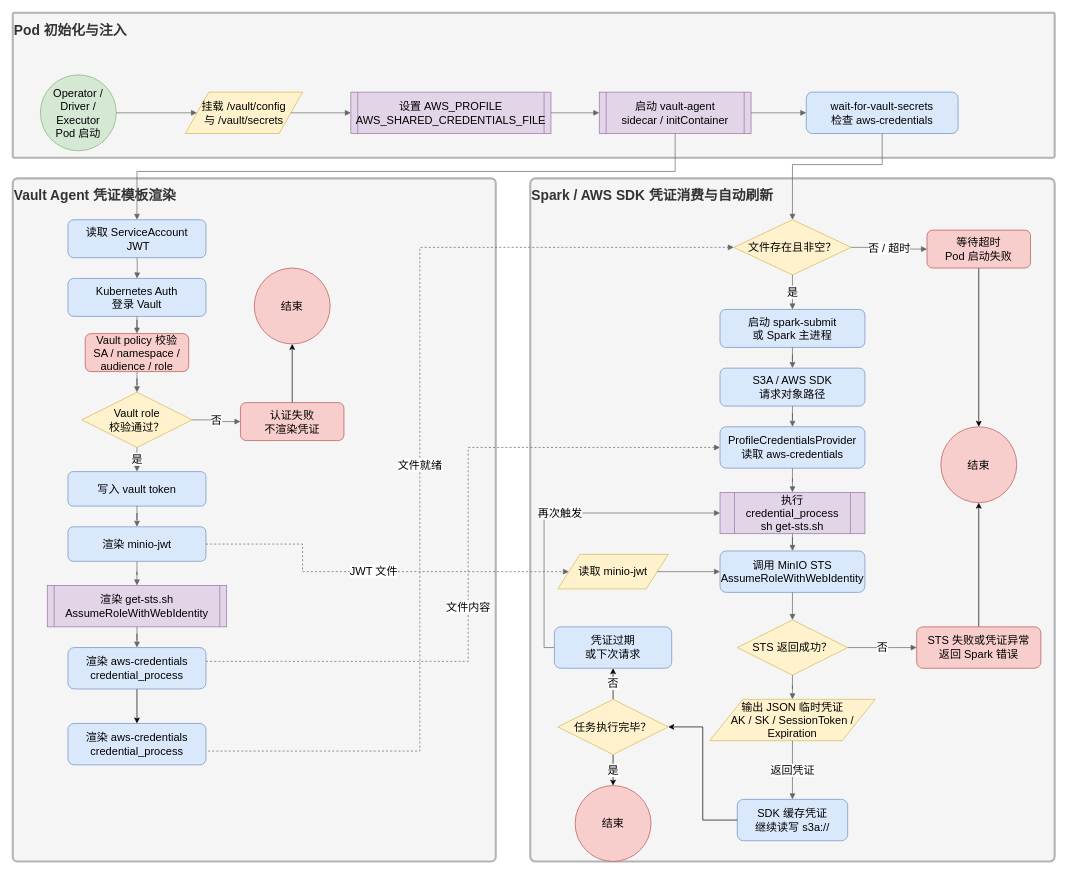
This is frontend/算法2.drawio from ApolloMeridian/miniprogram, a draw.io file, before an edit. Source tidied: cells renumbered, new cells numbered last; positions are measured from the earlier drawing's top-left corner, leaving out a move shared by most shapes. Both pictures are drawn from the tidied source at 69%, with x=0, y=0 at pixel (12, 12).
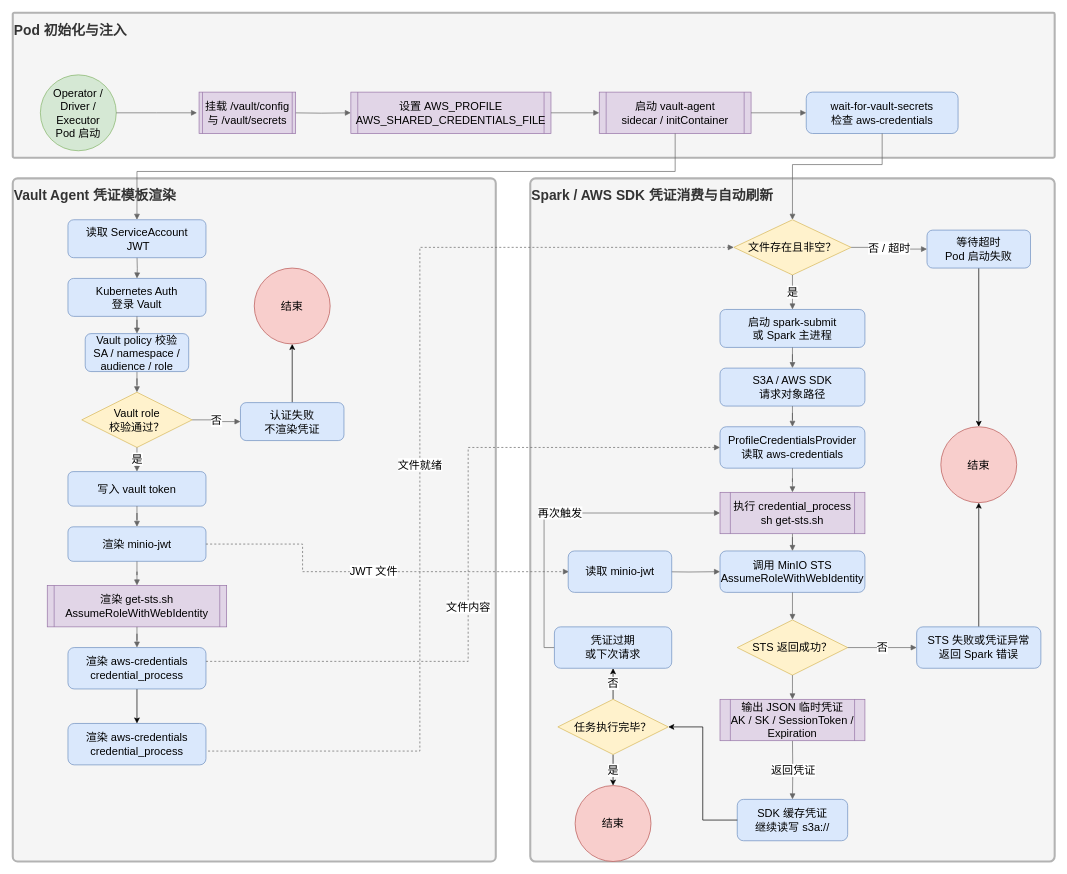
After the change.

Unchanged cells that the change refers to:
```xml
<mxCell id="5" value="Operator / Driver / Executor&#10;Pod 启动" style="ellipse;whiteSpace=wrap;html=1;fillColor=#d5e8d4;strokeColor=#82b366;fontSize=16;" parent="1" vertex="1">
  <mxGeometry x="40" y="90" width="110" height="110" as="geometry" />
</mxCell>
<mxCell id="7" value="设置 AWS_PROFILE&#10;AWS_SHARED_CREDENTIALS_FILE" style="shape=process;whiteSpace=wrap;html=1;fillColor=#e1d5e7;strokeColor=#9673a6;fontSize=16;size=0.03448275862069122;" parent="1" vertex="1">
  <mxGeometry x="490" y="115" width="290" height="60" as="geometry" />
</mxCell>
<mxCell id="15" value="渲染 minio-jwt" style="rounded=1;whiteSpace=wrap;html=1;fillColor=#dae8fc;strokeColor=#6c8ebf;fontSize=16;" parent="1" vertex="1">
  <mxGeometry x="80" y="745" width="200" height="50" as="geometry" />
</mxCell>
<mxCell id="27" value="调用 MinIO STS&#10;AssumeRoleWithWebIdentity" style="rounded=1;whiteSpace=wrap;html=1;fillColor=#dae8fc;strokeColor=#6c8ebf;fontSize=16;" parent="1" vertex="1">
  <mxGeometry x="1025" y="780" width="210" height="60" as="geometry" />
</mxCell>
<mxCell id="28" value="STS 返回成功？" style="rhombus;whiteSpace=wrap;html=1;fillColor=#fff2cc;strokeColor=#d6b656;fontSize=16;" parent="1" vertex="1">
  <mxGeometry x="1050" y="880" width="160" height="80" as="geometry" />
</mxCell>
<mxCell id="66" value="SDK 缓存凭证&lt;br&gt;继续读写 s3a://" style="rounded=1;whiteSpace=wrap;html=1;fillColor=#dae8fc;strokeColor=#6c8ebf;fontSize=16;" parent="1" vertex="1">
  <mxGeometry x="1050" y="1140" width="160" height="60" as="geometry" />
</mxCell>
```

Diff of the diagram source:
```diff
@@
-    <mxCell id="6" value="挂载 /vault/config&#10;与 /vault/secrets" style="shape=parallelogram;perimeter=parallelogramPerimeter;whiteSpace=wrap;html=1;fillColor=#fff2cc;strokeColor=#d6b656;fontSize=16;" parent="1" vertex="1">
-      <mxGeometry x="250" y="115" width="170" height="60" as="geometry" />
-    </mxCell>
@@
-    <mxCell id="13" value="认证失败&#10;不渲染凭证" style="rounded=1;whiteSpace=wrap;html=1;fillColor=#f8cecc;strokeColor=#b85450;fontSize=16;" parent="1" vertex="1">
+    <mxCell id="13" value="认证失败&#10;不渲染凭证" style="rounded=1;whiteSpace=wrap;html=1;fillColor=#dae8fc;strokeColor=#6c8ebf;fontSize=16;" parent="1" vertex="1">
       <mxGeometry x="330" y="565" width="150" height="55" as="geometry" />
     </mxCell>
@@
-    <mxCell id="21" value="等待超时&#10;Pod 启动失败" style="rounded=1;whiteSpace=wrap;html=1;fillColor=#f8cecc;strokeColor=#b85450;fontSize=16;" parent="1" vertex="1">
+    <mxCell id="21" value="等待超时&#10;Pod 启动失败" style="rounded=1;whiteSpace=wrap;html=1;fillColor=#dae8fc;strokeColor=#6c8ebf;fontSize=16;" parent="1" vertex="1">
       <mxGeometry x="1325" y="315" width="150" height="55" as="geometry" />
     </mxCell>
@@
-    <mxCell id="25" value="执行 credential_process&#10;sh get-sts.sh" style="shape=process;whiteSpace=wrap;html=1;fillColor=#e1d5e7;strokeColor=#9673a6;fontSize=16;" parent="1" vertex="1">
+    <mxCell id="25" value="执行 credential_process&#10;sh get-sts.sh" style="shape=process;whiteSpace=wrap;html=1;fillColor=#e1d5e7;strokeColor=#9673a6;fontSize=16;size=0.07142857142857359;" parent="1" vertex="1">
       <mxGeometry x="1025" y="695" width="210" height="60" as="geometry" />
     </mxCell>
-    <mxCell id="26" value="读取 minio-jwt" style="shape=parallelogram;perimeter=parallelogramPerimeter;whiteSpace=wrap;html=1;fillColor=#fff2cc;strokeColor=#d6b656;fontSize=16;" parent="1" vertex="1">
-      <mxGeometry x="790" y="785" width="160" height="50" as="geometry" />
-    </mxCell>
@@
-    <mxCell id="30" value="STS 失败或凭证异常&#10;返回 Spark 错误" style="rounded=1;whiteSpace=wrap;html=1;fillColor=#f8cecc;strokeColor=#b85450;fontSize=16;" parent="1" vertex="1">
+    <mxCell id="30" value="STS 失败或凭证异常&#10;返回 Spark 错误" style="rounded=1;whiteSpace=wrap;html=1;fillColor=#dae8fc;strokeColor=#6c8ebf;fontSize=16;" parent="1" vertex="1">
       <mxGeometry x="1310" y="890" width="180" height="60" as="geometry" />
     </mxCell>
-    <mxCell id="31" value="输出 JSON 临时凭证&#10;AK / SK / SessionToken / Expiration" style="shape=parallelogram;perimeter=parallelogramPerimeter;whiteSpace=wrap;html=1;fillColor=#fff2cc;strokeColor=#d6b656;fontSize=16;" parent="1" vertex="1">
-      <mxGeometry x="1010" y="995" width="240" height="60" as="geometry" />
-    </mxCell>
-    <mxCell id="32" style="edgeStyle=orthogonalEdgeStyle;rounded=0;jettySize=auto;html=1;endArrow=block;endFill=1;strokeColor=#666666;fontSize=16;" parent="1" edge="1" source="5" target="6">
-      <mxGeometry relative="1" as="geometry" />
+    <mxCell id="32" style="edgeStyle=orthogonalEdgeStyle;rounded=0;jettySize=auto;html=1;endArrow=block;endFill=1;strokeColor=#666666;fontSize=16;" parent="1" edge="1" source="5">
+      <mxGeometry relative="1" as="geometry">
+        <mxPoint x="267" y="145" as="targetPoint" />
+      </mxGeometry>
     </mxCell>
-    <mxCell id="33" style="edgeStyle=orthogonalEdgeStyle;rounded=0;jettySize=auto;html=1;endArrow=block;endFill=1;strokeColor=#666666;fontSize=16;" parent="1" edge="1" source="6" target="7">
-      <mxGeometry relative="1" as="geometry" />
+    <mxCell id="33" style="edgeStyle=orthogonalEdgeStyle;rounded=0;jettySize=auto;html=1;endArrow=block;endFill=1;strokeColor=#666666;fontSize=16;" parent="1" edge="1" target="7">
+      <mxGeometry relative="1" as="geometry">
+        <mxPoint x="403" y="145" as="sourcePoint" />
+      </mxGeometry>
     </mxCell>
@@
-    <mxCell id="47" value="JWT 文件" style="edgeStyle=orthogonalEdgeStyle;rounded=0;jettySize=auto;html=1;endArrow=block;endFill=1;strokeColor=#666666;dashed=1;fontSize=16;" parent="1" edge="1" source="15" target="26">
+    <mxCell id="47" value="JWT 文件" style="edgeStyle=orthogonalEdgeStyle;rounded=0;jettySize=auto;html=1;endArrow=block;endFill=1;strokeColor=#666666;dashed=1;fontSize=16;" parent="1" edge="1" source="15">
       <mxGeometry relative="1" as="geometry">
+        <mxPoint x="806" y="810" as="targetPoint" />
         <Array as="points">
           <mxPoint x="420" y="770" />
           <mxPoint x="420" y="810" />
         </Array>
       </mxGeometry>
     </mxCell>
@@
-    <mxCell id="55" style="edgeStyle=orthogonalEdgeStyle;rounded=0;jettySize=auto;html=1;endArrow=block;endFill=1;strokeColor=#666666;fontSize=16;" parent="1" edge="1" source="28" target="31">
-      <mxGeometry relative="1" as="geometry" />
+    <mxCell id="55" style="edgeStyle=orthogonalEdgeStyle;rounded=0;jettySize=auto;html=1;endArrow=block;endFill=1;strokeColor=#666666;fontSize=16;" parent="1" edge="1" source="28">
+      <mxGeometry relative="1" as="geometry">
+        <mxPoint x="1130" y="995" as="targetPoint" />
+      </mxGeometry>
     </mxCell>
-    <mxCell id="56" style="edgeStyle=orthogonalEdgeStyle;rounded=0;jettySize=auto;html=1;endArrow=block;endFill=1;strokeColor=#666666;fontSize=16;" parent="1" edge="1" source="26" target="27">
-      <mxGeometry relative="1" as="geometry" />
+    <mxCell id="56" style="edgeStyle=orthogonalEdgeStyle;rounded=0;jettySize=auto;html=1;endArrow=block;endFill=1;strokeColor=#666666;fontSize=16;" parent="1" edge="1" target="27">
+      <mxGeometry relative="1" as="geometry">
+        <mxPoint x="934" y="810" as="sourcePoint" />
+      </mxGeometry>
     </mxCell>
@@
-    <mxCell id="58" value="返回凭证" style="edgeStyle=orthogonalEdgeStyle;rounded=0;jettySize=auto;html=1;endArrow=block;endFill=1;strokeColor=#666666;fontSize=16;" parent="1" edge="1" source="31" target="66">
-      <mxGeometry relative="1" as="geometry" />
+    <mxCell id="58" value="返回凭证" style="edgeStyle=orthogonalEdgeStyle;rounded=0;jettySize=auto;html=1;endArrow=block;endFill=1;strokeColor=#666666;fontSize=16;" parent="1" edge="1" target="66">
+      <mxGeometry relative="1" as="geometry">
+        <mxPoint x="1130" y="1055" as="sourcePoint" />
+      </mxGeometry>
     </mxCell>
@@
-    <mxCell id="61" value="Vault policy 校验&lt;br&gt;SA / namespace / audience / role" style="rounded=1;whiteSpace=wrap;html=1;fillColor=#f8cecc;strokeColor=#b85450;fontSize=16;" parent="1" vertex="1">
+    <mxCell id="61" value="Vault policy 校验&lt;br&gt;SA / namespace / audience / role" style="rounded=1;whiteSpace=wrap;html=1;fillColor=#dae8fc;strokeColor=#6c8ebf;fontSize=16;" parent="1" vertex="1">
       <mxGeometry x="105" y="465" width="150" height="55" as="geometry" />
     </mxCell>
@@
+    <mxCell id="6" value="挂载 /vault/config&lt;br&gt;与 /vault/secrets" style="shape=process;whiteSpace=wrap;html=1;fillColor=#e1d5e7;strokeColor=#9673a6;fontSize=16;size=0.03448275862069122;" parent="1" vertex="1">
+      <mxGeometry x="270" y="115" width="140" height="60" as="geometry" />
+    </mxCell>
+    <mxCell id="26" value="读取 minio-jwt" style="rounded=1;whiteSpace=wrap;html=1;fillColor=#dae8fc;strokeColor=#6c8ebf;fontSize=16;" parent="1" vertex="1">
+      <mxGeometry x="805" y="780" width="150" height="60" as="geometry" />
+    </mxCell>
+    <mxCell id="31" value="输出 JSON 临时凭证&lt;br&gt;AK / SK / SessionToken / Expiration" style="shape=process;whiteSpace=wrap;html=1;fillColor=#e1d5e7;strokeColor=#9673a6;fontSize=16;size=0.07142857142857359;" parent="1" vertex="1">
+      <mxGeometry x="1025" y="995" width="210" height="60" as="geometry" />
+    </mxCell>
```
